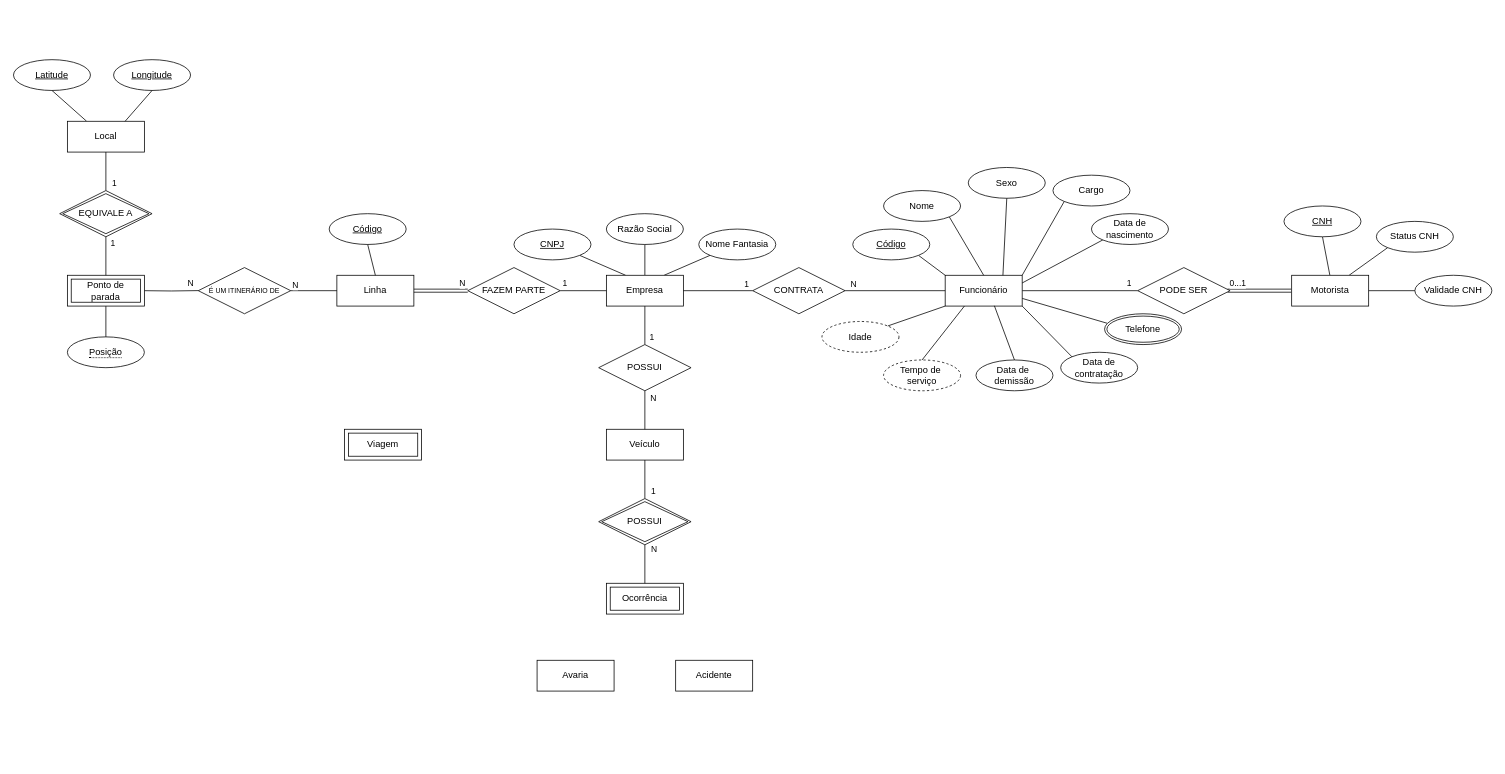
Above: drawio/conceptual_model.drawio in gscolombo/Projeto---BD (draw.io), before the change. Source tidied: cells renumbered, new cells numbered last; positions are measured from the earlier drawing's top-left corner, leaving out a move shared by most shapes. Both pictures are drawn from the tidied source at 77%, with x=0, y=0 at pixel (13, 59).
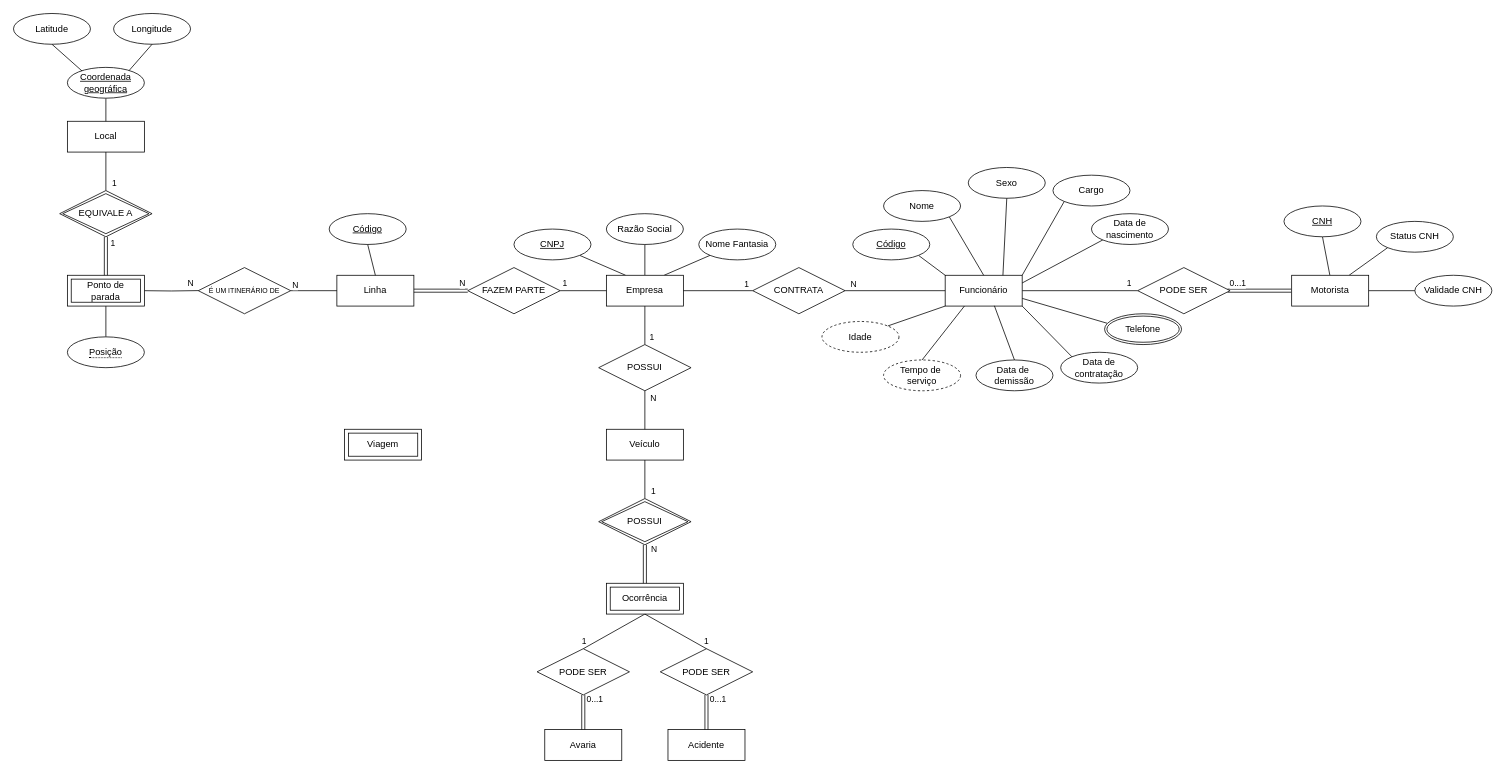
Above is the later version.

Commit message:
Definição de coordenada geográfica como atributo composto e definição de ocorrências e tipos de ocorrências

The change refers to these unchanged cells:
```xml
<mxCell id="17" value="Local" style="whiteSpace=wrap;html=1;align=center;" parent="1" vertex="1">
  <mxGeometry x="70" y="80" width="100" height="40" as="geometry" />
</mxCell>
<mxCell id="19" value="Ocorrência" style="shape=ext;margin=3;double=1;whiteSpace=wrap;html=1;align=center;" parent="1" vertex="1">
  <mxGeometry x="770" y="680" width="100" height="40" as="geometry" />
</mxCell>
<mxCell id="69" value="Ponto de parada" style="shape=ext;margin=3;double=1;whiteSpace=wrap;html=1;align=center;" parent="1" vertex="1">
  <mxGeometry x="70" y="280" width="100" height="40" as="geometry" />
</mxCell>
<mxCell id="74" value="EQUIVALE A" style="shape=rhombus;double=1;perimeter=rhombusPerimeter;whiteSpace=wrap;html=1;align=center;" parent="1" vertex="1">
  <mxGeometry x="60" y="170" width="120" height="60" as="geometry" />
</mxCell>
<mxCell id="85" value="POSSUI" style="shape=rhombus;double=1;perimeter=rhombusPerimeter;whiteSpace=wrap;html=1;align=center;" parent="1" vertex="1">
  <mxGeometry x="760" y="570" width="120" height="60" as="geometry" />
</mxCell>
```

The edit, as a diff of the source:
```diff
@@
     <mxCell id="15" value="Avaria" style="whiteSpace=wrap;html=1;align=center;" parent="1" vertex="1">
-      <mxGeometry x="680" y="780" width="100" height="40" as="geometry" />
+      <mxGeometry x="690" y="870" width="100" height="40" as="geometry" />
     </mxCell>
-    <mxCell id="16" style="rounded=0;jettySize=auto;html=1;exitX=0.25;exitY=0;exitDx=0;exitDy=0;entryX=0.5;entryY=1;entryDx=0;entryDy=0;endArrow=none;endFill=0;" parent="1" edge="1" source="17" target="76">
-      <mxGeometry relative="1" as="geometry" />
+    <mxCell id="16" style="rounded=0;jettySize=auto;html=1;exitX=0.25;exitY=0;exitDx=0;exitDy=0;entryX=0.5;entryY=1;entryDx=0;entryDy=0;endArrow=none;endFill=0;" parent="1" edge="1" target="76">
+      <mxGeometry relative="1" as="geometry">
+        <mxPoint x="95" y="20" as="sourcePoint" />
+      </mxGeometry>
     </mxCell>
@@
+    <mxCell id="88" style="rounded=0;jettySize=auto;html=1;exitX=0.5;exitY=1;exitDx=0;exitDy=0;entryX=0.5;entryY=0;entryDx=0;entryDy=0;endArrow=none;endFill=0;" parent="1" edge="1" source="19" target="89">
+      <mxGeometry relative="1" as="geometry" />
+    </mxCell>
@@
     <mxCell id="20" value="Acidente" style="whiteSpace=wrap;html=1;align=center;" parent="1" vertex="1">
-      <mxGeometry x="860" y="780" width="100" height="40" as="geometry" />
+      <mxGeometry x="850" y="870" width="100" height="40" as="geometry" />
     </mxCell>
@@
-    <mxCell id="72" style="edgeStyle=orthogonalEdgeStyle;rounded=0;jettySize=auto;html=1;exitX=0.5;exitY=1;exitDx=0;exitDy=0;entryX=0.5;entryY=0;entryDx=0;entryDy=0;endArrow=none;endFill=0;" parent="1" edge="1" source="74" target="69">
+    <mxCell id="72" style="edgeStyle=orthogonalEdgeStyle;rounded=0;jettySize=auto;html=1;exitX=0.5;exitY=1;exitDx=0;exitDy=0;entryX=0.5;entryY=0;entryDx=0;entryDy=0;endArrow=none;endFill=0;shape=link;" parent="1" edge="1" source="74" target="69">
       <mxGeometry relative="1" as="geometry" />
     </mxCell>
@@
-    <mxCell id="76" value="&lt;u&gt;Latitude&lt;/u&gt;" style="ellipse;whiteSpace=wrap;html=1;align=center;" parent="1" vertex="1">
-      <mxGeometry width="100" height="40" as="geometry" />
+    <mxCell id="76" value="&lt;span&gt;Latitude&lt;/span&gt;" style="ellipse;whiteSpace=wrap;html=1;align=center;fontStyle=0;" parent="1" vertex="1">
+      <mxGeometry y="-60" width="100" height="40" as="geometry" />
     </mxCell>
-    <mxCell id="77" value="&lt;u&gt;Longitude&lt;/u&gt;" style="ellipse;whiteSpace=wrap;html=1;align=center;" parent="1" vertex="1">
-      <mxGeometry x="130" width="100" height="40" as="geometry" />
+    <mxCell id="77" value="&lt;span&gt;Longitude&lt;/span&gt;" style="ellipse;whiteSpace=wrap;html=1;align=center;fontStyle=0;" parent="1" vertex="1">
+      <mxGeometry x="130" y="-60" width="100" height="40" as="geometry" />
     </mxCell>
-    <mxCell id="78" style="rounded=0;jettySize=auto;html=1;exitX=0.75;exitY=0;exitDx=0;exitDy=0;entryX=0.5;entryY=1;entryDx=0;entryDy=0;endArrow=none;endFill=0;" parent="1" edge="1" source="17" target="77">
-      <mxGeometry relative="1" as="geometry" />
+    <mxCell id="78" style="rounded=0;jettySize=auto;html=1;exitX=0.75;exitY=0;exitDx=0;exitDy=0;entryX=0.5;entryY=1;entryDx=0;entryDy=0;endArrow=none;endFill=0;" parent="1" edge="1" target="77">
+      <mxGeometry relative="1" as="geometry">
+        <mxPoint x="145" y="20" as="sourcePoint" />
+      </mxGeometry>
     </mxCell>
@@
-    <mxCell id="83" style="edgeStyle=orthogonalEdgeStyle;rounded=0;jettySize=auto;html=1;exitX=0.5;exitY=0;exitDx=0;exitDy=0;entryX=0.5;entryY=1;entryDx=0;entryDy=0;endArrow=none;endFill=0;" parent="1" edge="1" source="19" target="85">
+    <mxCell id="83" style="edgeStyle=orthogonalEdgeStyle;rounded=0;jettySize=auto;html=1;exitX=0.5;exitY=0;exitDx=0;exitDy=0;entryX=0.5;entryY=1;entryDx=0;entryDy=0;endArrow=none;endFill=0;shape=link;" parent="1" edge="1" source="19" target="85">
       <mxGeometry relative="1" as="geometry" />
     </mxCell>
@@
+    <mxCell id="89" value="PODE SER" style="shape=rhombus;perimeter=rhombusPerimeter;whiteSpace=wrap;html=1;align=center;" parent="1" vertex="1">
+      <mxGeometry x="680" y="765" width="120" height="60" as="geometry" />
+    </mxCell>
+    <mxCell id="90" value="PODE SER" style="shape=rhombus;perimeter=rhombusPerimeter;whiteSpace=wrap;html=1;align=center;" parent="1" vertex="1">
+      <mxGeometry x="840" y="765" width="120" height="60" as="geometry" />
+    </mxCell>
+    <mxCell id="91" style="rounded=0;jettySize=auto;html=1;exitX=0.5;exitY=1;exitDx=0;exitDy=0;entryX=0.5;entryY=0;entryDx=0;entryDy=0;endArrow=none;endFill=0;" parent="1" edge="1" source="19" target="90">
+      <mxGeometry relative="1" as="geometry" />
+    </mxCell>
+    <mxCell id="92" value="1" style="edgeLabel;html=1;align=center;verticalAlign=middle;" parent="91" vertex="1">
+      <mxGeometry x="0.54" y="1" relative="1" as="geometry">
+        <mxPoint x="17" y="1" as="offset" />
+      </mxGeometry>
+    </mxCell>
+    <mxCell id="93" value="1" style="edgeLabel;html=1;align=center;verticalAlign=middle;" parent="91" vertex="1">
+      <mxGeometry x="0.54" y="1" relative="1" as="geometry">
+        <mxPoint x="-142" y="1" as="offset" />
+      </mxGeometry>
+    </mxCell>
+    <mxCell id="94" style="rounded=0;jettySize=auto;html=1;exitX=0.5;exitY=1;exitDx=0;exitDy=0;entryX=0.5;entryY=0;entryDx=0;entryDy=0;endArrow=none;endFill=0;shape=link;" parent="1" edge="1" source="89" target="15">
+      <mxGeometry relative="1" as="geometry" />
+    </mxCell>
+    <mxCell id="95" value="0...1" style="edgeLabel;html=1;align=center;verticalAlign=middle;" parent="94" vertex="1">
+      <mxGeometry x="-0.6" y="-1" relative="1" as="geometry">
+        <mxPoint x="15" y="-4" as="offset" />
+      </mxGeometry>
+    </mxCell>
+    <mxCell id="96" value="0...1" style="edgeLabel;html=1;align=center;verticalAlign=middle;" parent="94" vertex="1">
+      <mxGeometry x="-0.6" y="-1" relative="1" as="geometry">
+        <mxPoint x="175" y="-4" as="offset" />
+      </mxGeometry>
+    </mxCell>
+    <mxCell id="97" style="rounded=0;jettySize=auto;html=1;exitX=0.5;exitY=1;exitDx=0;exitDy=0;entryX=0.5;entryY=0;entryDx=0;entryDy=0;endArrow=none;endFill=0;shape=link;" parent="1" edge="1" source="90" target="20">
+      <mxGeometry relative="1" as="geometry" />
+    </mxCell>
+    <mxCell id="98" style="edgeStyle=orthogonalEdgeStyle;rounded=0;jettySize=auto;html=1;exitX=0.5;exitY=1;exitDx=0;exitDy=0;entryX=0.5;entryY=0;entryDx=0;entryDy=0;endArrow=none;endFill=0;" parent="1" edge="1" source="99" target="17">
+      <mxGeometry relative="1" as="geometry" />
+    </mxCell>
+    <mxCell id="99" value="&lt;div&gt;&lt;u&gt;Coordenada&lt;/u&gt;&lt;/div&gt;&lt;div&gt;&lt;u&gt;geográfica&lt;/u&gt;&lt;/div&gt;" style="ellipse;whiteSpace=wrap;html=1;align=center;fontStyle=0;" parent="1" vertex="1">
+      <mxGeometry x="70" y="10" width="100" height="40" as="geometry" />
+    </mxCell>
```
